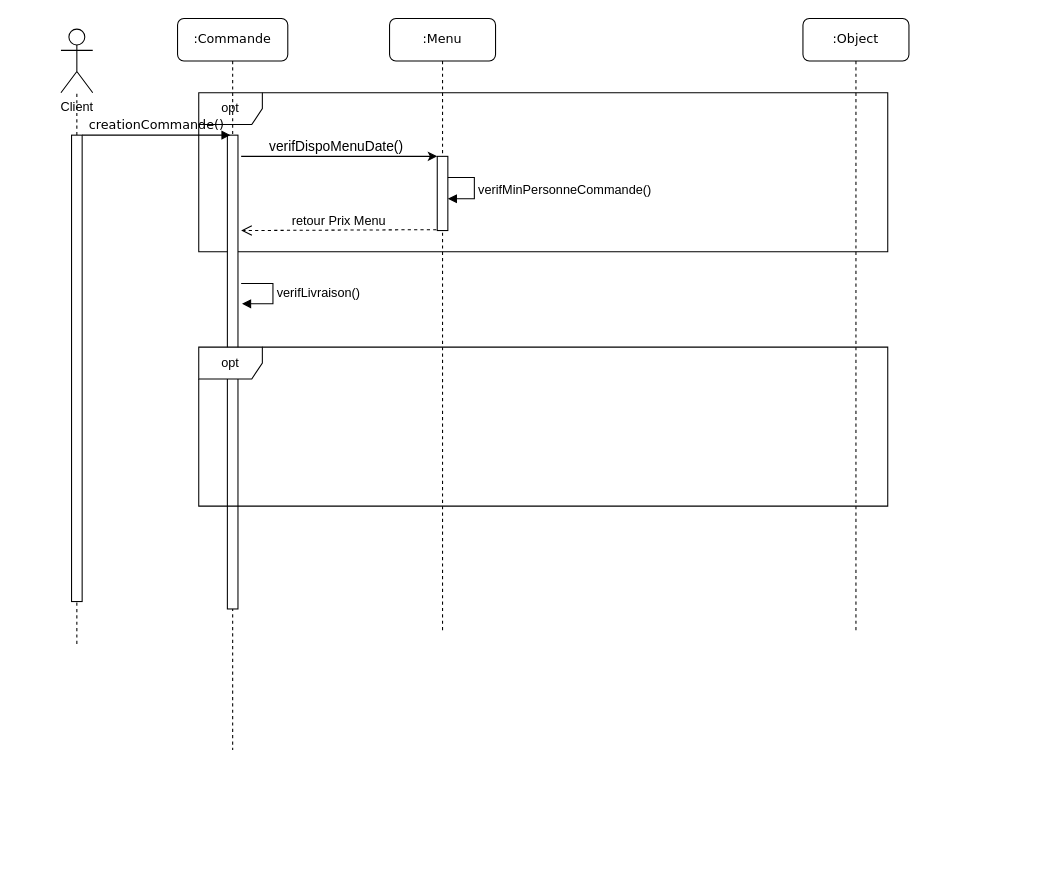
Above: diagramme_dinteraction.drawio in NHatim/aca (draw.io), before the change. Source tidied: cells renumbered, new cells numbered last; positions are measured from the earlier drawing's top-left corner, leaving out a move shared by most shapes. Both pictures are drawn from the tidied source at 106%, with x=0, y=0 at pixel (60, 18).
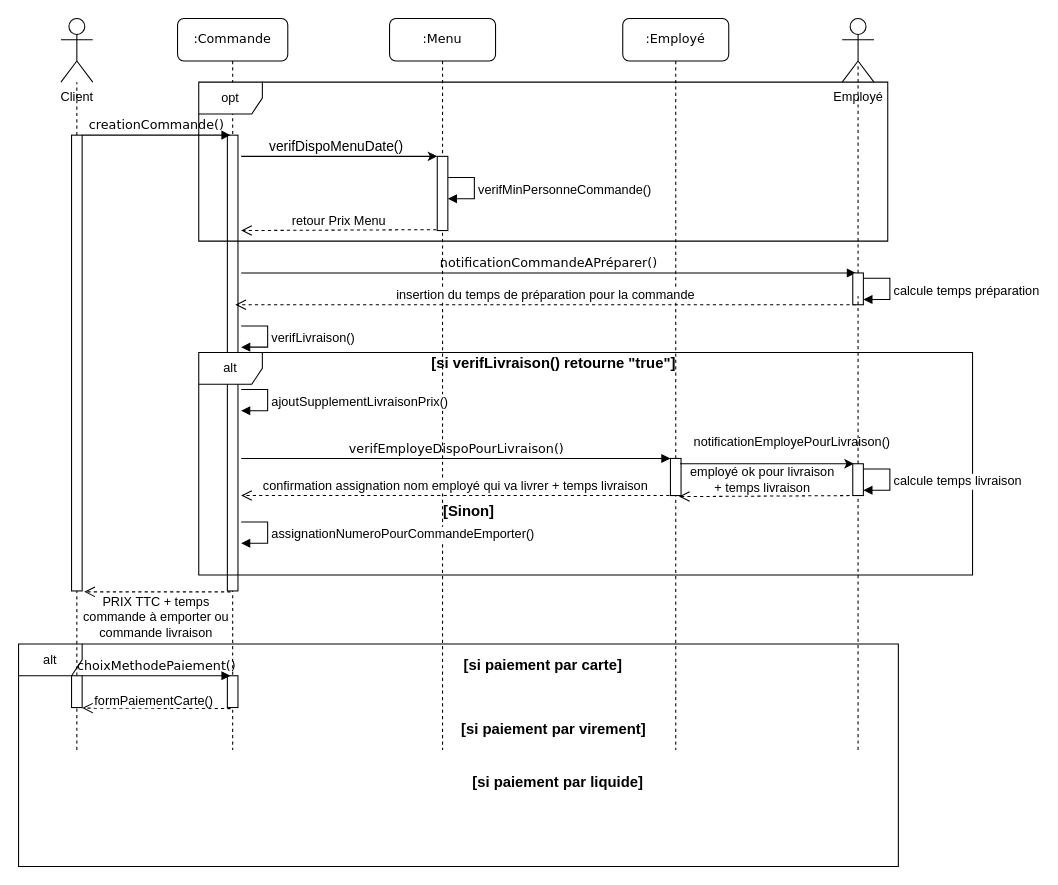
After the change.

Unchanged cells that the change refers to:
```xml
<mxCell id="3" value=":Commande" style="shape=umlLifeline;perimeter=lifelinePerimeter;whiteSpace=wrap;html=1;rounded=1;shadow=0;comic=0;labelBackgroundColor=none;strokeWidth=1;fontFamily=Verdana;fontSize=12;align=center;" parent="1" vertex="1">
  <mxGeometry x="110" width="104" height="690" as="geometry" />
</mxCell>
```

Change to the diagram source:
```diff
@@
-    <mxCell id="2" value="opt" style="shape=umlFrame;whiteSpace=wrap;html=1;" parent="1" vertex="1">
-      <mxGeometry x="130" y="70" width="650" height="150" as="geometry" />
-    </mxCell>
+    <mxCell id="19" value="alt" style="shape=umlFrame;whiteSpace=wrap;html=1;" parent="1" vertex="1">
+      <mxGeometry x="-40" y="590" width="830" height="210" as="geometry" />
+    </mxCell>
+    <mxCell id="20" value="&lt;span style=&quot;font-size: 14px&quot;&gt;&lt;b&gt;[si paiement par carte]&lt;/b&gt;&lt;/span&gt;" style="text;html=1;strokeColor=none;fillColor=none;align=center;verticalAlign=middle;whiteSpace=wrap;rounded=0;" parent="1" vertex="1">
+      <mxGeometry x="200" y="600" width="510" height="20" as="geometry" />
+    </mxCell>
@@
     <mxCell id="4" style="html=1;points=[];perimeter=orthogonalPerimeter;rounded=0;shadow=0;comic=0;labelBackgroundColor=none;strokeWidth=1;fontFamily=Verdana;fontSize=12;align=center;" parent="3" vertex="1">
-      <mxGeometry x="47" y="110" width="10" height="447" as="geometry" />
+      <mxGeometry x="47" y="110" width="10" height="430" as="geometry" />
     </mxCell>
+    <mxCell id="21" style="html=1;perimeter=orthogonalPerimeter;rounded=0;shadow=0;comic=0;labelBackgroundColor=none;strokeWidth=1;fontFamily=Verdana;fontSize=12;align=center;" parent="3" vertex="1">
+      <mxGeometry x="47" y="620" width="10" height="30" as="geometry" />
+    </mxCell>
     <mxCell id="5" value=":Menu" style="shape=umlLifeline;perimeter=lifelinePerimeter;whiteSpace=wrap;html=1;rounded=1;shadow=0;comic=0;labelBackgroundColor=none;strokeWidth=1;fontFamily=Verdana;fontSize=12;align=center;" parent="1" vertex="1">
-      <mxGeometry x="310" width="100" height="580" as="geometry" />
+      <mxGeometry x="310" width="100" height="690" as="geometry" />
     </mxCell>
@@
-    <mxCell id="7" value=":Object" style="shape=umlLifeline;perimeter=lifelinePerimeter;whiteSpace=wrap;html=1;rounded=1;shadow=0;comic=0;labelBackgroundColor=none;strokeWidth=1;fontFamily=Verdana;fontSize=12;align=center;" parent="1" vertex="1">
-      <mxGeometry x="700" width="100" height="580" as="geometry" />
-    </mxCell>
@@
     <mxCell id="9" value="Client" style="shape=umlActor;verticalLabelPosition=bottom;verticalAlign=top;html=1;outlineConnect=0;" parent="1" vertex="1">
-      <mxGeometry y="10" width="30" height="60" as="geometry" />
+      <mxGeometry width="30" height="60" as="geometry" />
     </mxCell>
@@
     <mxCell id="11" style="html=1;points=[];perimeter=orthogonalPerimeter;rounded=0;shadow=0;comic=0;labelBackgroundColor=none;strokeWidth=1;fontFamily=Verdana;fontSize=12;align=center;" parent="1" vertex="1">
-      <mxGeometry x="10" y="110" width="10" height="440" as="geometry" />
+      <mxGeometry x="10" y="110" width="10" height="430" as="geometry" />
     </mxCell>
-    <mxCell id="12" style="endArrow=none;dashed=1;html=1;" parent="1" edge="1" target="11">
-      <mxGeometry relative="1" as="geometry">
-        <mxPoint x="15" y="590" as="sourcePoint" />
-      </mxGeometry>
+    <mxCell id="12" style="endArrow=none;dashed=1;html=1;" parent="1" edge="1" source="46" target="11">
+      <mxGeometry relative="1" as="geometry" />
     </mxCell>
@@
+    <mxCell id="18" value="alt" style="shape=umlFrame;whiteSpace=wrap;html=1;" parent="1" vertex="1">
+      <mxGeometry x="130" y="315" width="730" height="210" as="geometry" />
+    </mxCell>
+    <mxCell id="22" value="&lt;span style=&quot;font-size: 14px&quot;&gt;&lt;b&gt;[si verifLivraison() retourne &quot;true&quot;]&lt;/b&gt;&lt;/span&gt;" style="text;html=1;strokeColor=none;fillColor=none;align=center;verticalAlign=middle;whiteSpace=wrap;rounded=0;" parent="1" vertex="1">
+      <mxGeometry x="210" y="315" width="510" height="20" as="geometry" />
+    </mxCell>
+    <mxCell id="23" value="ajoutSupplementLivraisonPrix()" style="edgeStyle=orthogonalEdgeStyle;html=1;align=left;spacingLeft=2;endArrow=block;rounded=0;entryX=1;entryY=0;fontSize=12;" parent="1" edge="1">
+      <mxGeometry x="0.07" relative="1" as="geometry">
+        <mxPoint x="170" y="350" as="sourcePoint" />
+        <mxPoint x="170" y="370" as="targetPoint" />
+        <Array as="points">
+          <mxPoint x="195" y="350" />
+        </Array>
+      </mxGeometry>
+    </mxCell>
+    <mxCell id="24" value="&lt;span style=&quot;font-size: 14px&quot;&gt;&lt;b&gt;[Sinon]&lt;/b&gt;&lt;/span&gt;" style="text;html=1;strokeColor=none;fillColor=none;align=center;verticalAlign=middle;whiteSpace=wrap;rounded=0;" parent="1" vertex="1">
+      <mxGeometry x="170" y="455" width="430" height="20" as="geometry" />
+    </mxCell>
+    <mxCell id="25" value=":Employé" style="shape=umlLifeline;perimeter=lifelinePerimeter;whiteSpace=wrap;html=1;rounded=1;shadow=0;comic=0;labelBackgroundColor=none;strokeWidth=1;fontFamily=Verdana;fontSize=12;align=center;" parent="1" vertex="1">
+      <mxGeometry x="530" width="100" height="690" as="geometry" />
+    </mxCell>
+    <mxCell id="26" style="html=1;points=[];perimeter=orthogonalPerimeter;" parent="25" vertex="1">
+      <mxGeometry x="45" y="415" width="10" height="35" as="geometry" />
+    </mxCell>
+    <mxCell id="27" value="verifEmployeDispoPourLivraison()" style="html=1;verticalAlign=bottom;endArrow=block;labelBackgroundColor=none;fontFamily=Verdana;fontSize=12;edgeStyle=elbowEdgeStyle;elbow=vertical;entryX=0;entryY=0;entryDx=0;entryDy=0;entryPerimeter=0;" parent="1" edge="1" target="26">
+      <mxGeometry relative="1" as="geometry">
+        <mxPoint x="170" y="415" as="sourcePoint" />
+      </mxGeometry>
+    </mxCell>
-    <mxCell id="17" value="verifLivraison()" style="edgeStyle=orthogonalEdgeStyle;html=1;align=left;spacingLeft=2;endArrow=block;rounded=0;entryX=1.383;entryY=0.356;fontSize=12;entryDx=0;entryDy=0;entryPerimeter=0;" parent="1" edge="1" target="4">
-      <mxGeometry relative="1" as="geometry">
-        <mxPoint x="170" y="250" as="sourcePoint" />
+    <mxCell id="17" value="verifLivraison()" style="edgeStyle=orthogonalEdgeStyle;html=1;align=left;spacingLeft=2;endArrow=block;rounded=0;entryX=1;entryY=0;fontSize=12;" parent="1" edge="1">
+      <mxGeometry x="0.07" relative="1" as="geometry">
+        <mxPoint x="170" y="290" as="sourcePoint" />
+        <mxPoint x="170" y="310" as="targetPoint" />
         <Array as="points">
-          <mxPoint x="200" y="250" />
-          <mxPoint x="200" y="269" />
+          <mxPoint x="195" y="290" />
         </Array>
       </mxGeometry>
     </mxCell>
-    <mxCell id="18" value="opt" style="shape=umlFrame;whiteSpace=wrap;html=1;" parent="1" vertex="1">
-      <mxGeometry x="130" y="310" width="650" height="150" as="geometry" />
-    </mxCell>
+    <mxCell id="28" value="confirmation assignation nom employé qui va livrer + temps livraison" style="html=1;verticalAlign=bottom;endArrow=open;dashed=1;endSize=8;fontSize=12;" parent="1" edge="1">
+      <mxGeometry relative="1" as="geometry">
+        <mxPoint x="574" y="450" as="sourcePoint" />
+        <mxPoint x="170" y="450" as="targetPoint" />
+      </mxGeometry>
+    </mxCell>
+    <mxCell id="29" value="Employé" style="shape=umlActor;verticalLabelPosition=bottom;verticalAlign=top;html=1;" parent="1" vertex="1">
+      <mxGeometry x="737" width="30" height="60" as="geometry" />
+    </mxCell>
+    <mxCell id="30" style="endArrow=none;dashed=1;html=1;entryX=0.5;entryY=0.733;entryDx=0;entryDy=0;entryPerimeter=0;" parent="1" edge="1" source="43" target="29">
+      <mxGeometry relative="1" as="geometry" />
+    </mxCell>
+    <mxCell id="31" style="endArrow=classic;html=1;entryX=0.1;entryY=0;entryDx=0;entryDy=0;entryPerimeter=0;exitX=0.9;exitY=0.143;exitDx=0;exitDy=0;exitPerimeter=0;" parent="1" edge="1" source="26" target="32">
+      <mxGeometry relative="1" as="geometry" />
+    </mxCell>
+    <mxCell id="32" style="html=1;points=[];perimeter=orthogonalPerimeter;" parent="1" vertex="1">
+      <mxGeometry x="747" y="420" width="10" height="30" as="geometry" />
+    </mxCell>
+    <mxCell id="33" style="endArrow=none;dashed=1;html=1;" parent="1" edge="1" target="32">
+      <mxGeometry relative="1" as="geometry">
+        <mxPoint x="752" y="690" as="sourcePoint" />
+        <Array as="points">
+          <mxPoint x="752" y="490" />
+        </Array>
+      </mxGeometry>
+    </mxCell>
+    <mxCell id="34" style="html=1;verticalAlign=bottom;endArrow=open;dashed=1;endSize=8;fontSize=12;exitX=-0.083;exitY=0.988;exitDx=0;exitDy=0;exitPerimeter=0;" parent="1" edge="1">
+      <mxGeometry relative="1" as="geometry">
+        <mxPoint x="750" y="450" as="sourcePoint" />
+        <mxPoint x="583" y="451" as="targetPoint" />
+      </mxGeometry>
+    </mxCell>
+    <mxCell id="35" value="notificationEmployePourLivraison()" style="text;html=1;strokeColor=none;fillColor=none;align=center;verticalAlign=middle;whiteSpace=wrap;rounded=0;" parent="1" vertex="1">
+      <mxGeometry x="630" y="390" width="120" height="20" as="geometry" />
+    </mxCell>
+    <mxCell id="36" style="html=1;verticalAlign=bottom;endArrow=open;dashed=1;endSize=8;fontSize=12;entryX=1.2;entryY=1.002;entryDx=0;entryDy=0;entryPerimeter=0;exitX=0.3;exitY=1.002;exitDx=0;exitDy=0;exitPerimeter=0;" parent="1" edge="1" source="4" target="11">
+      <mxGeometry relative="1" as="geometry" />
+    </mxCell>
+    <mxCell id="37" value="calcule temps préparation" style="edgeStyle=orthogonalEdgeStyle;html=1;align=left;spacingLeft=2;endArrow=block;rounded=0;entryX=1;entryY=0;fontSize=12;" parent="1" edge="1">
+      <mxGeometry x="0.07" relative="1" as="geometry">
+        <mxPoint x="757" y="245" as="sourcePoint" />
+        <mxPoint x="757" y="265" as="targetPoint" />
+        <Array as="points">
+          <mxPoint x="782" y="245" />
+        </Array>
+      </mxGeometry>
+    </mxCell>
+    <mxCell id="38" value="employé ok pour livraison&lt;br&gt;+ temps livraison" style="text;html=1;strokeColor=none;fillColor=none;align=center;verticalAlign=middle;whiteSpace=wrap;rounded=0;" parent="1" vertex="1">
+      <mxGeometry x="587" y="425" width="150" height="20" as="geometry" />
+    </mxCell>
+    <mxCell id="39" value="PRIX TTC + temps commande à emporter ou commande livraison" style="text;html=1;strokeColor=none;fillColor=none;align=center;verticalAlign=middle;whiteSpace=wrap;rounded=0;" parent="1" vertex="1">
+      <mxGeometry x="20" y="525" width="140" height="80" as="geometry" />
+    </mxCell>
+    <mxCell id="40" value="assignationNumeroPourCommandeEmporter()" style="edgeStyle=orthogonalEdgeStyle;html=1;align=left;spacingLeft=2;endArrow=block;rounded=0;entryX=1;entryY=0;fontSize=12;" parent="1" edge="1">
+      <mxGeometry x="0.07" relative="1" as="geometry">
+        <mxPoint x="170" y="475" as="sourcePoint" />
+        <mxPoint x="170" y="495" as="targetPoint" />
+        <Array as="points">
+          <mxPoint x="195" y="475" />
+        </Array>
+      </mxGeometry>
+    </mxCell>
+    <mxCell id="41" value="notificationCommandeAPréparer()" style="html=1;verticalAlign=bottom;endArrow=block;labelBackgroundColor=none;fontFamily=Verdana;fontSize=12;edgeStyle=elbowEdgeStyle;elbow=vertical;" parent="1" edge="1">
+      <mxGeometry relative="1" as="geometry">
+        <mxPoint x="170" y="240" as="sourcePoint" />
+        <mxPoint x="750" y="240" as="targetPoint" />
+      </mxGeometry>
+    </mxCell>
+    <mxCell id="42" value="insertion du temps de préparation pour la commande" style="html=1;verticalAlign=bottom;endArrow=open;dashed=1;endSize=8;fontSize=12;exitX=-0.083;exitY=0.988;exitDx=0;exitDy=0;exitPerimeter=0;" parent="1" edge="1">
+      <mxGeometry relative="1" as="geometry">
+        <mxPoint x="750" y="270" as="sourcePoint" />
+        <mxPoint x="164.5" y="270" as="targetPoint" />
+      </mxGeometry>
+    </mxCell>
+    <mxCell id="43" style="html=1;points=[];perimeter=orthogonalPerimeter;rounded=0;shadow=0;comic=0;labelBackgroundColor=none;strokeWidth=1;fontFamily=Verdana;fontSize=12;align=center;" parent="1" vertex="1">
+      <mxGeometry x="747" y="240" width="10" height="30" as="geometry" />
+    </mxCell>
+    <mxCell id="44" style="endArrow=none;dashed=1;html=1;entryX=0.5;entryY=0.733;entryDx=0;entryDy=0;entryPerimeter=0;" parent="1" edge="1" source="32" target="43">
+      <mxGeometry relative="1" as="geometry" />
+    </mxCell>
+    <mxCell id="45" value="calcule temps livraison" style="edgeStyle=orthogonalEdgeStyle;html=1;align=left;spacingLeft=2;endArrow=block;rounded=0;entryX=1;entryY=0;fontSize=12;" parent="1" edge="1">
+      <mxGeometry x="0.07" relative="1" as="geometry">
+        <mxPoint x="757" y="425" as="sourcePoint" />
+        <mxPoint x="757" y="445" as="targetPoint" />
+        <Array as="points">
+          <mxPoint x="782" y="425" />
+        </Array>
+      </mxGeometry>
+    </mxCell>
+    <mxCell id="46" style="html=1;points=[];perimeter=orthogonalPerimeter;rounded=0;shadow=0;comic=0;labelBackgroundColor=none;strokeWidth=1;fontFamily=Verdana;fontSize=12;align=center;" parent="1" vertex="1">
+      <mxGeometry x="10" y="620" width="10" height="30" as="geometry" />
+    </mxCell>
+    <mxCell id="47" style="endArrow=none;dashed=1;html=1;" parent="1" edge="1" target="46">
+      <mxGeometry relative="1" as="geometry">
+        <mxPoint x="15" y="690" as="sourcePoint" />
+      </mxGeometry>
+    </mxCell>
+    <mxCell id="48" value="choixMethodePaiement()" style="html=1;verticalAlign=bottom;endArrow=block;labelBackgroundColor=none;fontFamily=Verdana;fontSize=12;edgeStyle=elbowEdgeStyle;elbow=vertical;" parent="1" edge="1">
+      <mxGeometry relative="1" as="geometry">
+        <mxPoint x="20" y="620" as="sourcePoint" />
+        <mxPoint x="160" y="620" as="targetPoint" />
+      </mxGeometry>
+    </mxCell>
+    <mxCell id="49" value="&lt;span style=&quot;font-size: 14px&quot;&gt;&lt;b&gt;[si paiement par virement]&lt;/b&gt;&lt;/span&gt;" style="text;html=1;strokeColor=none;fillColor=none;align=center;verticalAlign=middle;whiteSpace=wrap;rounded=0;" parent="1" vertex="1">
+      <mxGeometry x="210" y="660" width="510" height="20" as="geometry" />
+    </mxCell>
+    <mxCell id="50" style="html=1;verticalAlign=bottom;endArrow=open;dashed=1;endSize=8;fontSize=12;" parent="1" edge="1">
+      <mxGeometry relative="1" as="geometry">
+        <mxPoint x="160" y="651" as="sourcePoint" />
+        <mxPoint x="20" y="650.5" as="targetPoint" />
+      </mxGeometry>
+    </mxCell>
+    <mxCell id="2" value="opt" style="shape=umlFrame;whiteSpace=wrap;html=1;" parent="1" vertex="1">
+      <mxGeometry x="130" y="60" width="650" height="150" as="geometry" />
+    </mxCell>
+    <mxCell id="51" value="&lt;span style=&quot;font-size: 14px&quot;&gt;&lt;b&gt;[si paiement par liquide]&lt;/b&gt;&lt;/span&gt;" style="text;html=1;strokeColor=none;fillColor=none;align=center;verticalAlign=middle;whiteSpace=wrap;rounded=0;" parent="1" vertex="1">
+      <mxGeometry x="214" y="710" width="510" height="20" as="geometry" />
+    </mxCell>
+    <mxCell id="52" value="&lt;font face=&quot;helvetica&quot;&gt;&lt;span style=&quot;background-color: rgb(255 , 255 , 255)&quot;&gt;formPaiementCarte()&lt;/span&gt;&lt;/font&gt;" style="text;whiteSpace=wrap;html=1;" parent="1" vertex="1">
+      <mxGeometry x="30" y="630" width="190" height="30" as="geometry" />
+    </mxCell>
```
